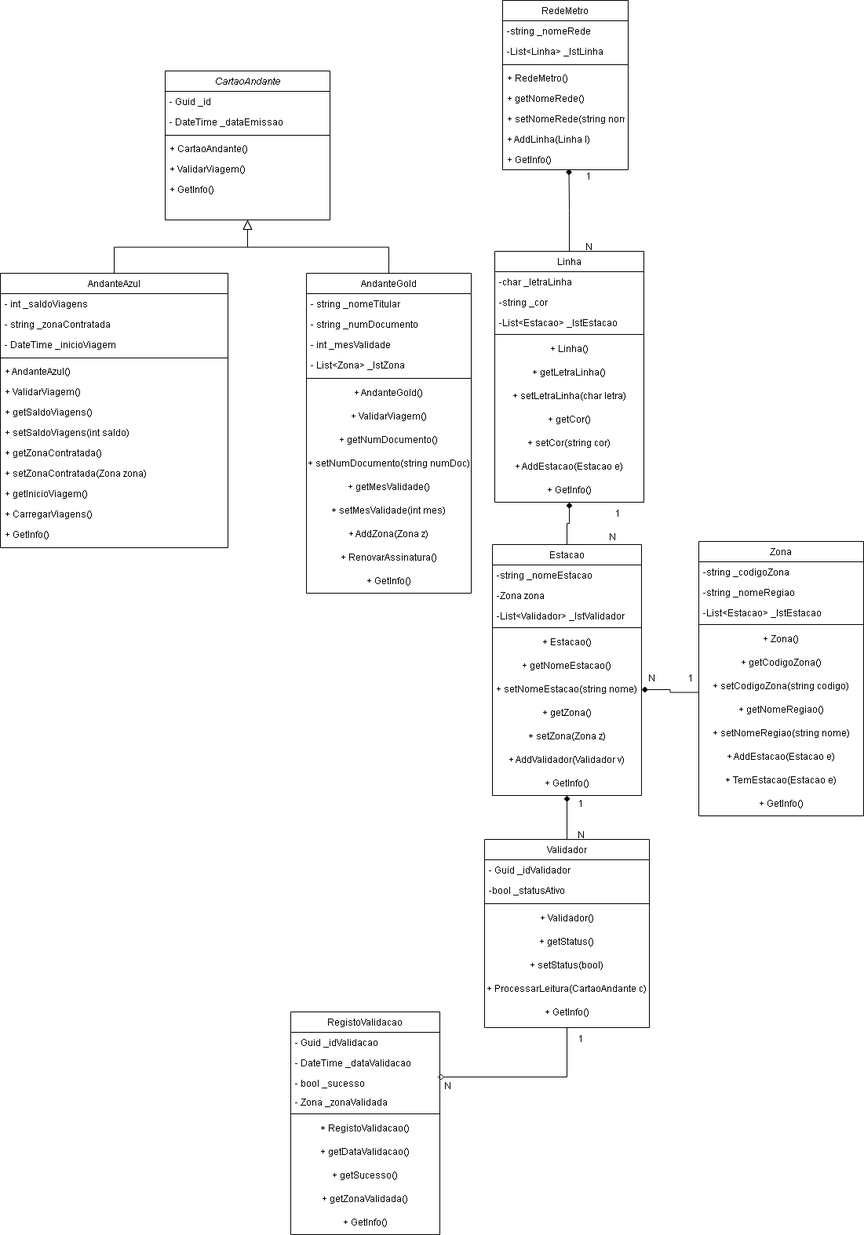
Before: docs/andante-sys.drawio.png, a diagram exported from draw.io (tskxz/andante-sys). Source tidied: cells renumbered, new cells last; positions are measured from the earlier drawing's top-left corner, leaving out a move shared by most shapes.
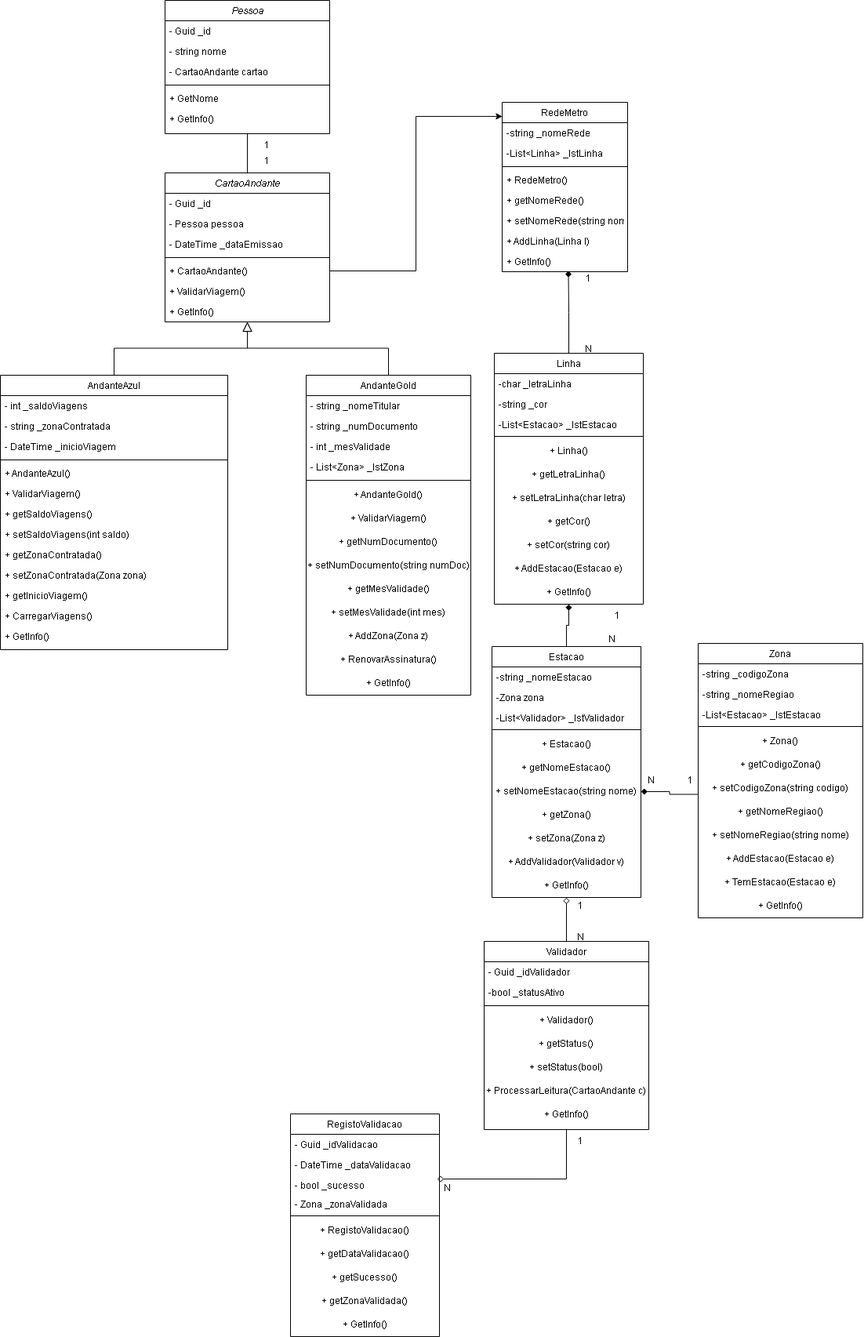
After the commit.

What changed in the source:
```diff
@@ -2,26 +2,32 @@
   <root>
     <mxCell id="0" />
     <mxCell id="1" parent="0" />
+    <mxCell id="121" style="edgeStyle=orthogonalEdgeStyle;rounded=0;jettySize=auto;html=1;exitX=0.5;exitY=0;exitDx=0;exitDy=0;entryX=0.5;entryY=1;entryDx=0;entryDy=0;endArrow=none;endFill=0;" parent="1" edge="1" source="2" target="124">
+      <mxGeometry relative="1" as="geometry" />
+    </mxCell>
     <mxCell id="2" value="CartaoAndante" style="swimlane;fontStyle=2;align=center;verticalAlign=top;horizontal=1;startSize=26;rounded=0;shadow=0;strokeWidth=1;" parent="1" vertex="1">
       <mxGeometry x="210" y="90" width="210" height="190" as="geometry" />
     </mxCell>
     <mxCell id="3" value="- Guid _id" style="text;align=left;verticalAlign=top;spacingLeft=4;spacingRight=4;overflow=hidden;" parent="2" vertex="1">
       <mxGeometry y="26" width="210" height="26" as="geometry" />
     </mxCell>
+    <mxCell id="122" value="- Pessoa pessoa" style="text;align=left;verticalAlign=top;spacingLeft=4;spacingRight=4;overflow=hidden;" parent="2" vertex="1">
+      <mxGeometry y="52" width="210" height="26" as="geometry" />
+    </mxCell>
     <mxCell id="4" value="- DateTime _dataEmissao" style="text;align=left;verticalAlign=top;spacingLeft=4;spacingRight=4;overflow=hidden;rounded=0;shadow=0;html=0;" parent="2" vertex="1">
-      <mxGeometry y="52" width="210" height="26" as="geometry" />
+      <mxGeometry y="78" width="210" height="26" as="geometry" />
     </mxCell>
     <mxCell id="5" style="line;html=1;strokeWidth=1;align=left;verticalAlign=middle;spacingTop=-1;spacingLeft=3;spacingRight=3;labelPosition=right;" parent="2" vertex="1">
-      <mxGeometry y="78" width="210" height="8" as="geometry" />
+      <mxGeometry y="104" width="210" height="8" as="geometry" />
     </mxCell>
     <mxCell id="6" value="+ CartaoAndante()" style="text;align=left;verticalAlign=top;spacingLeft=4;spacingRight=4;overflow=hidden;points=[[0,0.5],[1,0.5]];portConstraint=eastwest;" parent="2" vertex="1">
-      <mxGeometry y="86" width="210" height="26" as="geometry" />
+      <mxGeometry y="112" width="210" height="26" as="geometry" />
     </mxCell>
     <mxCell id="7" value="+ ValidarViagem()" style="text;align=left;verticalAlign=top;spacingLeft=4;spacingRight=4;overflow=hidden;" parent="2" vertex="1">
-      <mxGeometry y="112" width="210" height="26" as="geometry" />
+      <mxGeometry y="138" width="210" height="26" as="geometry" />
     </mxCell>
     <mxCell id="8" value="+ GetInfo()" style="text;align=left;verticalAlign=top;spacingLeft=4;spacingRight=4;overflow=hidden;" parent="2" vertex="1">
-      <mxGeometry y="138" width="210" height="26" as="geometry" />
+      <mxGeometry y="164" width="210" height="26" as="geometry" />
     </mxCell>
     <mxCell id="9" value="AndanteAzul" style="swimlane;fontStyle=0;align=center;verticalAlign=top;horizontal=1;startSize=26;rounded=0;shadow=0;strokeWidth=1;" parent="1" vertex="1">
       <mxGeometry y="348" width="290" height="350" as="geometry" />
@@ -260,7 +266,7 @@
     <mxCell id="87" style="edgeStyle=orthogonalEdgeStyle;rounded=0;jettySize=auto;html=1;exitX=0.5;exitY=1;exitDx=0;exitDy=0;entryX=0.985;entryY=0.21;entryDx=0;entryDy=0;endArrow=diamond;endFill=0;entryPerimeter=0;" parent="1" edge="1" source="89" target="101">
       <mxGeometry relative="1" as="geometry" />
     </mxCell>
-    <mxCell id="88" style="edgeStyle=orthogonalEdgeStyle;rounded=0;jettySize=auto;html=1;exitX=0.5;exitY=0;exitDx=0;exitDy=0;entryX=0.5;entryY=1;entryDx=0;entryDy=0;endArrow=diamond;endFill=1;" parent="1" edge="1" source="89" target="73">
+    <mxCell id="88" style="edgeStyle=orthogonalEdgeStyle;rounded=0;jettySize=auto;html=1;exitX=0.5;exitY=0;exitDx=0;exitDy=0;entryX=0.5;entryY=1;entryDx=0;entryDy=0;endArrow=diamond;endFill=0;" parent="1" edge="1" source="89" target="73">
       <mxGeometry relative="1" as="geometry" />
     </mxCell>
     <mxCell id="89" value="Validador" style="swimlane;fontStyle=0;align=center;verticalAlign=top;horizontal=1;startSize=26;rounded=0;shadow=0;strokeWidth=1;" parent="1" vertex="1">
@@ -359,5 +365,35 @@
     <mxCell id="120" value="N" style="text;html=1;whiteSpace=wrap;strokeColor=none;fillColor=none;align=center;verticalAlign=middle;rounded=0;" parent="1" vertex="1">
       <mxGeometry x="540" y="1370" width="60" height="30" as="geometry" />
     </mxCell>
+    <mxCell id="123" style="edgeStyle=orthogonalEdgeStyle;rounded=0;jettySize=auto;html=1;exitX=1;exitY=0.5;exitDx=0;exitDy=0;entryX=0.002;entryY=0.083;entryDx=0;entryDy=0;entryPerimeter=0;" parent="1" edge="1" source="6" target="40">
+      <mxGeometry relative="1" as="geometry" />
+    </mxCell>
+    <mxCell id="124" value="Pessoa" style="swimlane;fontStyle=2;align=center;verticalAlign=top;horizontal=1;startSize=26;rounded=0;shadow=0;strokeWidth=1;" parent="1" vertex="1">
+      <mxGeometry x="210" y="-130" width="210" height="170" as="geometry" />
+    </mxCell>
+    <mxCell id="125" value="- Guid _id" style="text;align=left;verticalAlign=top;spacingLeft=4;spacingRight=4;overflow=hidden;" parent="124" vertex="1">
+      <mxGeometry y="26" width="210" height="26" as="geometry" />
+    </mxCell>
+    <mxCell id="126" value="- string nome" style="text;align=left;verticalAlign=top;spacingLeft=4;spacingRight=4;overflow=hidden;rounded=0;shadow=0;html=0;" parent="124" vertex="1">
+      <mxGeometry y="52" width="210" height="26" as="geometry" />
+    </mxCell>
+    <mxCell id="127" value="- CartaoAndante cartao" style="text;align=left;verticalAlign=top;spacingLeft=4;spacingRight=4;overflow=hidden;rounded=0;shadow=0;html=0;" parent="124" vertex="1">
+      <mxGeometry y="78" width="210" height="26" as="geometry" />
+    </mxCell>
+    <mxCell id="128" style="line;html=1;strokeWidth=1;align=left;verticalAlign=middle;spacingTop=-1;spacingLeft=3;spacingRight=3;labelPosition=right;" parent="124" vertex="1">
+      <mxGeometry y="104" width="210" height="8" as="geometry" />
+    </mxCell>
+    <mxCell id="129" value="+ GetNome" style="text;align=left;verticalAlign=top;spacingLeft=4;spacingRight=4;overflow=hidden;" parent="124" vertex="1">
+      <mxGeometry y="112" width="210" height="26" as="geometry" />
+    </mxCell>
+    <mxCell id="130" value="+ GetInfo()" style="text;align=left;verticalAlign=top;spacingLeft=4;spacingRight=4;overflow=hidden;" parent="124" vertex="1">
+      <mxGeometry y="138" width="210" height="26" as="geometry" />
+    </mxCell>
+    <mxCell id="131" value="1" style="text;html=1;whiteSpace=wrap;strokeColor=none;fillColor=none;align=center;verticalAlign=middle;rounded=0;" parent="1" vertex="1">
+      <mxGeometry x="310" y="40" width="60" height="30" as="geometry" />
+    </mxCell>
+    <mxCell id="132" value="1" style="text;html=1;whiteSpace=wrap;strokeColor=none;fillColor=none;align=center;verticalAlign=middle;rounded=0;" parent="1" vertex="1">
+      <mxGeometry x="310" y="60" width="60" height="30" as="geometry" />
+    </mxCell>
   </root>
 </mxGraphModel>
```
